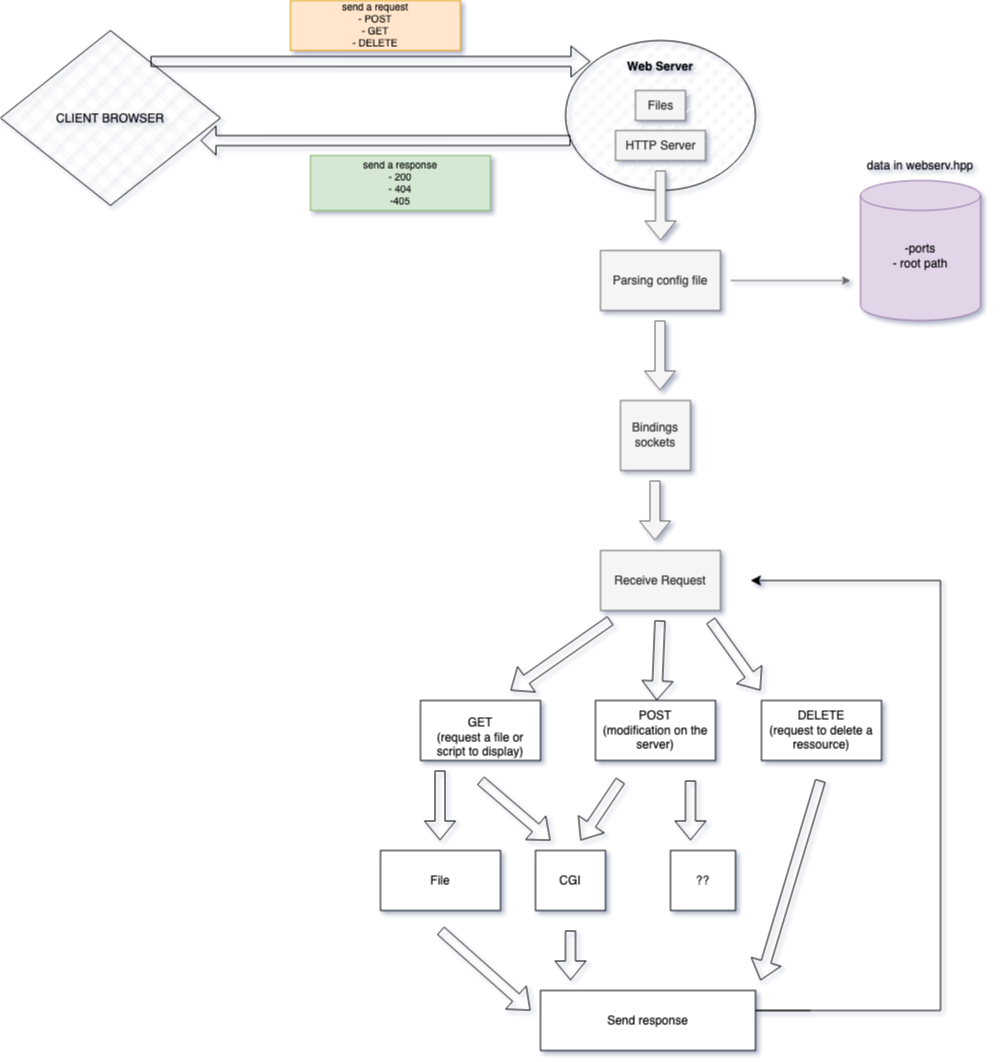
Before: Diagram Webserv.drawio.png, a diagram exported from draw.io (es4nchez/webserv). Source tidied: cells renumbered, new cells last; positions are measured from the earlier drawing's top-left corner, leaving out a move shared by most shapes. Source of this version:
```xml
<mxGraphModel background="#ffffff" shadow="1">
  <root>
    <mxCell id="0" />
    <mxCell id="1" parent="0" />
    <mxCell id="2" value="&lt;div&gt;&lt;br&gt;&lt;/div&gt;&lt;div style=&quot;line-height: 100%;&quot; align=&quot;center&quot;&gt;&lt;b&gt;Web Server&lt;/b&gt;&lt;br&gt;&lt;/div&gt;" style="ellipse;whiteSpace=wrap;html=1;labelBackgroundColor=none;fillColor=default;fillStyle=dashed;verticalAlign=top;" parent="1" vertex="1">
      <mxGeometry x="565" y="40" width="190" height="150" as="geometry" />
    </mxCell>
    <mxCell id="3" value="Files" style="text;html=1;align=center;verticalAlign=middle;strokeColor=#666666;fillColor=#f5f5f5;fontColor=#333333;" parent="1" vertex="1">
      <mxGeometry x="635" y="90" width="50" height="30" as="geometry" />
    </mxCell>
    <mxCell id="4" style="shape=flexArrow;endArrow=classic;html=1;rounded=0;fillColor=#f5f5f5;strokeColor=#666666;" parent="1" edge="1">
      <mxGeometry relative="1" as="geometry">
        <mxPoint x="660" y="170" as="sourcePoint" />
        <mxPoint x="660" y="240" as="targetPoint" />
      </mxGeometry>
    </mxCell>
    <mxCell id="5" value="Parsing config file" style="rounded=0;whiteSpace=wrap;html=1;fillColor=#f5f5f5;fontColor=#333333;strokeColor=#666666;" parent="1" vertex="1">
      <mxGeometry x="600" y="250" width="120" height="60" as="geometry" />
    </mxCell>
    <mxCell id="6" style="endArrow=classic;html=1;rounded=0;fillColor=#f5f5f5;strokeColor=#666666;" parent="1" edge="1">
      <mxGeometry relative="1" as="geometry">
        <mxPoint x="730" y="280" as="sourcePoint" />
        <mxPoint x="850" y="280" as="targetPoint" />
      </mxGeometry>
    </mxCell>
    <mxCell id="7" value="&lt;div&gt;-ports&lt;/div&gt;&lt;div&gt;- root path&lt;/div&gt;&lt;div&gt;&lt;br&gt;&lt;/div&gt;" style="shape=cylinder3;whiteSpace=wrap;html=1;boundedLbl=1;backgroundOutline=1;size=15;fillColor=#e1d5e7;strokeColor=#9673a6;" parent="1" vertex="1">
      <mxGeometry x="860" y="180" width="120" height="140" as="geometry" />
    </mxCell>
    <mxCell id="8" value="data in webserv.hpp" style="text;html=1;strokeColor=none;fillColor=none;align=center;verticalAlign=middle;whiteSpace=wrap;rounded=0;" parent="1" vertex="1">
      <mxGeometry x="850" y="150" width="140" height="30" as="geometry" />
    </mxCell>
    <mxCell id="9" style="shape=flexArrow;endArrow=classic;html=1;rounded=0;fillColor=#f5f5f5;strokeColor=#666666;" parent="1" edge="1">
      <mxGeometry relative="1" as="geometry">
        <mxPoint x="659.5" y="320" as="sourcePoint" />
        <mxPoint x="659.5" y="390" as="targetPoint" />
      </mxGeometry>
    </mxCell>
    <mxCell id="10" value="&lt;div&gt;Bindings sockets&lt;/div&gt;" style="whiteSpace=wrap;html=1;fillColor=#f5f5f5;fontColor=#333333;strokeColor=#666666;" parent="1" vertex="1">
      <mxGeometry x="620" y="400" width="70" height="70" as="geometry" />
    </mxCell>
    <mxCell id="11" style="shape=flexArrow;endArrow=classic;html=1;rounded=0;fillColor=#f5f5f5;strokeColor=#666666;" parent="1" edge="1">
      <mxGeometry relative="1" as="geometry">
        <mxPoint x="654.5" y="480" as="sourcePoint" />
        <mxPoint x="654.5" y="540" as="targetPoint" />
      </mxGeometry>
    </mxCell>
    <mxCell id="12" value="Receive Request" style="whiteSpace=wrap;html=1;fillColor=#f5f5f5;fontColor=#333333;strokeColor=#666666;" parent="1" vertex="1">
      <mxGeometry x="600" y="550" width="120" height="60" as="geometry" />
    </mxCell>
    <mxCell id="13" style="shape=flexArrow;endArrow=classic;html=1;rounded=0;" parent="1" edge="1">
      <mxGeometry relative="1" as="geometry">
        <mxPoint x="610" y="620" as="sourcePoint" />
        <mxPoint x="510" y="690" as="targetPoint" />
      </mxGeometry>
    </mxCell>
    <mxCell id="14" style="shape=flexArrow;endArrow=classic;html=1;rounded=0;" parent="1" edge="1" target="16">
      <mxGeometry relative="1" as="geometry">
        <mxPoint x="659.5" y="620" as="sourcePoint" />
      </mxGeometry>
    </mxCell>
    <mxCell id="15" style="shape=flexArrow;endArrow=classic;html=1;rounded=0;" parent="1" edge="1">
      <mxGeometry relative="1" as="geometry">
        <mxPoint x="710" y="620" as="sourcePoint" />
        <mxPoint x="760" y="690" as="targetPoint" />
      </mxGeometry>
    </mxCell>
    <mxCell id="16" value="&lt;div&gt;POST&lt;/div&gt;&lt;div&gt;(modification on the server)&lt;br&gt;&lt;/div&gt;" style="rounded=0;whiteSpace=wrap;html=1;" parent="1" vertex="1">
      <mxGeometry x="595" y="700" width="120" height="60" as="geometry" />
    </mxCell>
    <mxCell id="17" value="&lt;div&gt;&lt;br&gt;&lt;/div&gt;&lt;div&gt;GET&lt;/div&gt;&lt;div&gt;(request a file or script to display)&lt;br&gt;&lt;/div&gt;" style="rounded=0;whiteSpace=wrap;html=1;" parent="1" vertex="1">
      <mxGeometry x="420" y="700" width="120" height="60" as="geometry" />
    </mxCell>
    <mxCell id="18" value="&lt;div&gt;DELETE&lt;/div&gt;(request to delete a ressource)" style="rounded=0;whiteSpace=wrap;html=1;" parent="1" vertex="1">
      <mxGeometry x="761" y="700" width="120" height="60" as="geometry" />
    </mxCell>
    <mxCell id="19" style="shape=flexArrow;endArrow=classic;html=1;rounded=0;" parent="1" edge="1">
      <mxGeometry relative="1" as="geometry">
        <mxPoint x="480" y="780" as="sourcePoint" />
        <mxPoint x="550" y="840" as="targetPoint" />
      </mxGeometry>
    </mxCell>
    <mxCell id="20" style="edgeStyle=segmentEdgeStyle;endArrow=classic;html=1;curved=0;rounded=0;endSize=8;startSize=8;" parent="1" edge="1">
      <mxGeometry relative="1" as="geometry">
        <mxPoint x="810" y="1010" as="sourcePoint" />
        <mxPoint x="750" y="580" as="targetPoint" />
        <Array as="points">
          <mxPoint x="680" y="1010" />
          <mxPoint x="940" y="1010" />
          <mxPoint x="940" y="580" />
        </Array>
      </mxGeometry>
    </mxCell>
    <mxCell id="21" value="&lt;div&gt;Send response&lt;/div&gt;" style="rounded=0;whiteSpace=wrap;html=1;" parent="1" vertex="1">
      <mxGeometry x="540" y="990" width="215" height="60" as="geometry" />
    </mxCell>
    <mxCell id="22" value="HTTP Server" style="text;html=1;align=center;verticalAlign=middle;strokeColor=#666666;fillColor=#f5f5f5;fontColor=#333333;" parent="1" vertex="1">
      <mxGeometry x="615" y="130" width="90" height="30" as="geometry" />
    </mxCell>
    <mxCell id="23" value="CLIENT BROWSER" style="rhombus;whiteSpace=wrap;html=1;fillStyle=cross-hatch;" parent="1" vertex="1">
      <mxGeometry y="30" width="220" height="175" as="geometry" />
    </mxCell>
    <mxCell id="24" style="shape=flexArrow;endArrow=classic;html=1;rounded=0;" parent="1" edge="1">
      <mxGeometry relative="1" as="geometry">
        <mxPoint x="620" y="780" as="sourcePoint" />
        <mxPoint x="580" y="840" as="targetPoint" />
      </mxGeometry>
    </mxCell>
    <mxCell id="25" style="shape=flexArrow;endArrow=classic;html=1;rounded=0;exitX=0.682;exitY=0.177;exitDx=0;exitDy=0;exitPerimeter=0;" parent="1" edge="1" source="23">
      <mxGeometry relative="1" as="geometry">
        <mxPoint x="590" y="61" as="targetPoint" />
      </mxGeometry>
    </mxCell>
    <mxCell id="26" style="shape=flexArrow;endArrow=classic;html=1;rounded=0;" parent="1" edge="1">
      <mxGeometry relative="1" as="geometry">
        <mxPoint x="690" y="780" as="sourcePoint" />
        <mxPoint x="690" y="840" as="targetPoint" />
      </mxGeometry>
    </mxCell>
    <mxCell id="27" style="shape=flexArrow;endArrow=classic;html=1;rounded=0;entryX=0.909;entryY=0.629;entryDx=0;entryDy=0;entryPerimeter=0;endWidth=18;endSize=4.67;" parent="1" edge="1" target="23">
      <mxGeometry relative="1" as="geometry">
        <mxPoint x="570" y="140" as="sourcePoint" />
      </mxGeometry>
    </mxCell>
    <mxCell id="28" value="CGI" style="rounded=0;whiteSpace=wrap;html=1;" parent="1" vertex="1">
      <mxGeometry x="535" y="850" width="70" height="60" as="geometry" />
    </mxCell>
    <mxCell id="29" style="shape=flexArrow;endArrow=classic;html=1;rounded=0;" parent="1" edge="1">
      <mxGeometry relative="1" as="geometry">
        <mxPoint x="439.5" y="770" as="sourcePoint" />
        <mxPoint x="439.5" y="840" as="targetPoint" />
      </mxGeometry>
    </mxCell>
    <mxCell id="30" value="File" style="rounded=0;whiteSpace=wrap;html=1;" parent="1" vertex="1">
      <mxGeometry x="380" y="850" width="120" height="60" as="geometry" />
    </mxCell>
    <mxCell id="31" value="??" style="rounded=0;whiteSpace=wrap;html=1;" parent="1" vertex="1">
      <mxGeometry x="670" y="850" width="65" height="60" as="geometry" />
    </mxCell>
    <mxCell id="32" style="shape=flexArrow;endArrow=classic;html=1;rounded=0;" parent="1" edge="1">
      <mxGeometry relative="1" as="geometry">
        <mxPoint x="440" y="930" as="sourcePoint" />
        <mxPoint x="530" y="1010" as="targetPoint" />
      </mxGeometry>
    </mxCell>
    <mxCell id="33" style="shape=flexArrow;endArrow=classic;html=1;rounded=0;" parent="1" edge="1">
      <mxGeometry relative="1" as="geometry">
        <mxPoint x="570" y="930" as="sourcePoint" />
        <mxPoint x="570" y="980" as="targetPoint" />
      </mxGeometry>
    </mxCell>
    <mxCell id="34" style="shape=flexArrow;endArrow=classic;html=1;rounded=0;" parent="1" edge="1">
      <mxGeometry relative="1" as="geometry">
        <mxPoint x="820" y="780" as="sourcePoint" />
        <mxPoint x="760" y="980" as="targetPoint" />
      </mxGeometry>
    </mxCell>
    <mxCell id="35" value="&lt;div style=&quot;font-size: 10px;&quot;&gt;&lt;font style=&quot;font-size: 10px;&quot;&gt;send a request&lt;/font&gt;&lt;/div&gt;&lt;div style=&quot;font-size: 10px;&quot;&gt;&lt;font style=&quot;font-size: 10px;&quot;&gt;- POST&lt;/font&gt;&lt;/div&gt;&lt;div style=&quot;font-size: 10px;&quot;&gt;&lt;font style=&quot;font-size: 10px;&quot;&gt;- GET&lt;/font&gt;&lt;/div&gt;&lt;div style=&quot;font-size: 10px;&quot;&gt;&lt;font style=&quot;font-size: 10px;&quot;&gt;- DELETE&lt;br&gt;&lt;/font&gt;&lt;/div&gt;" style="whiteSpace=wrap;html=1;fillColor=#ffe6cc;strokeColor=#d79b00;" parent="1" vertex="1">
      <mxGeometry x="290" width="170" height="50" as="geometry" />
    </mxCell>
    <mxCell id="36" value="&lt;div style=&quot;font-size: 10px;&quot;&gt;&lt;font style=&quot;font-size: 10px;&quot;&gt;send a response&lt;/font&gt;&lt;/div&gt;&lt;div style=&quot;font-size: 10px;&quot;&gt;&lt;font style=&quot;font-size: 10px;&quot;&gt;- 200&lt;/font&gt;&lt;/div&gt;&lt;div style=&quot;font-size: 10px;&quot;&gt;&lt;font style=&quot;font-size: 10px;&quot;&gt;- 404&lt;/font&gt;&lt;/div&gt;&lt;div style=&quot;font-size: 10px;&quot;&gt;&lt;font style=&quot;font-size: 10px;&quot;&gt;-405&lt;br&gt;&lt;/font&gt;&lt;/div&gt;" style="whiteSpace=wrap;html=1;fillColor=#d5e8d4;strokeColor=#82b366;" parent="1" vertex="1">
      <mxGeometry x="310" y="155" width="180" height="55" as="geometry" />
    </mxCell>
  </root>
</mxGraphModel>
```
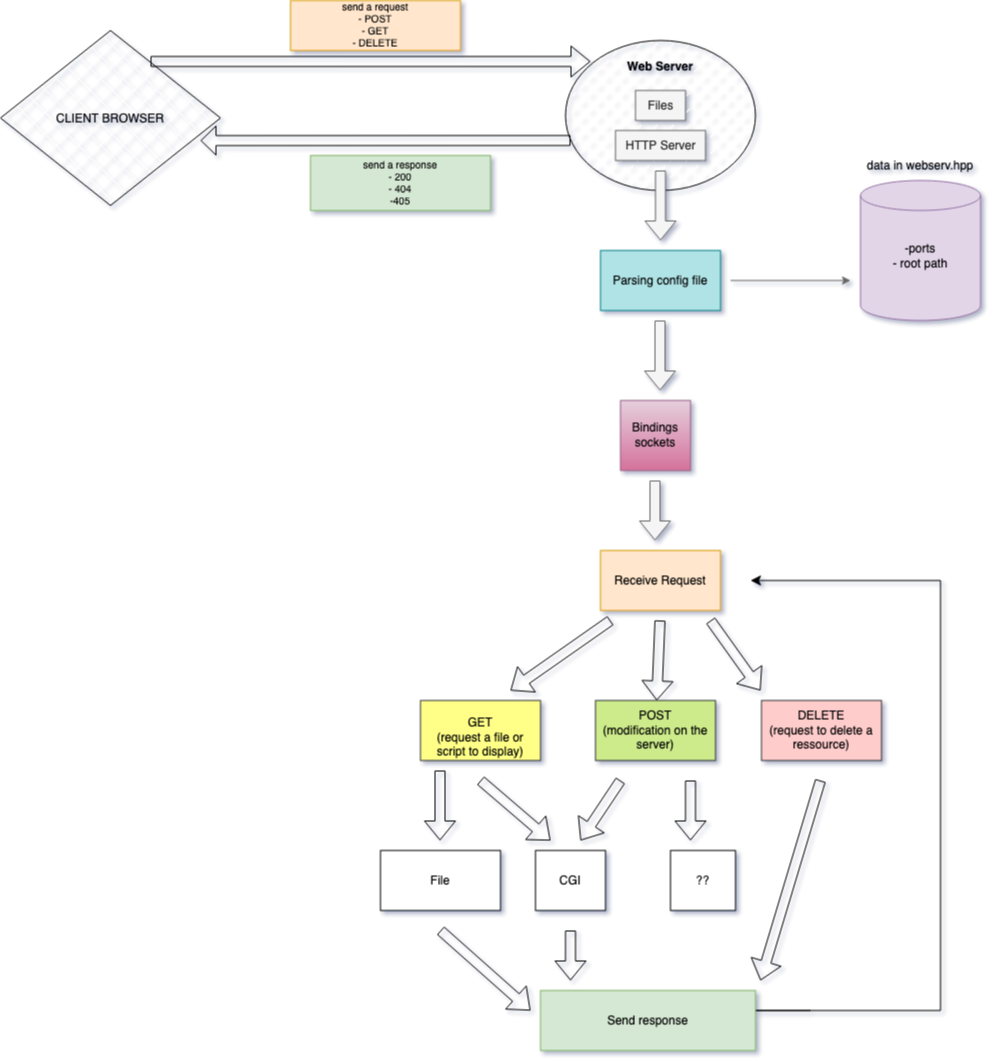
Above is the later version.

Commit message:
Mettre à jour Diagram Webserv.drawio.png

Change to the diagram source:
```diff
@@ -14,7 +14,7 @@
         <mxPoint x="660" y="240" as="targetPoint" />
       </mxGeometry>
     </mxCell>
-    <mxCell id="5" value="Parsing config file" style="rounded=0;whiteSpace=wrap;html=1;fillColor=#f5f5f5;fontColor=#333333;strokeColor=#666666;" parent="1" vertex="1">
+    <mxCell id="5" value="Parsing config file" style="rounded=0;whiteSpace=wrap;html=1;fillColor=#b0e3e6;strokeColor=#0e8088;" parent="1" vertex="1">
       <mxGeometry x="600" y="250" width="120" height="60" as="geometry" />
     </mxCell>
     <mxCell id="6" style="endArrow=classic;html=1;rounded=0;fillColor=#f5f5f5;strokeColor=#666666;" parent="1" edge="1">
@@ -35,7 +35,7 @@
         <mxPoint x="659.5" y="390" as="targetPoint" />
       </mxGeometry>
     </mxCell>
-    <mxCell id="10" value="&lt;div&gt;Bindings sockets&lt;/div&gt;" style="whiteSpace=wrap;html=1;fillColor=#f5f5f5;fontColor=#333333;strokeColor=#666666;" parent="1" vertex="1">
+    <mxCell id="10" value="&lt;div&gt;Bindings sockets&lt;/div&gt;" style="whiteSpace=wrap;html=1;fillColor=#e6d0de;strokeColor=#996185;gradientColor=#d5739d;" parent="1" vertex="1">
       <mxGeometry x="620" y="400" width="70" height="70" as="geometry" />
     </mxCell>
     <mxCell id="11" style="shape=flexArrow;endArrow=classic;html=1;rounded=0;fillColor=#f5f5f5;strokeColor=#666666;" parent="1" edge="1">
@@ -44,7 +44,7 @@
         <mxPoint x="654.5" y="540" as="targetPoint" />
       </mxGeometry>
     </mxCell>
-    <mxCell id="12" value="Receive Request" style="whiteSpace=wrap;html=1;fillColor=#f5f5f5;fontColor=#333333;strokeColor=#666666;" parent="1" vertex="1">
+    <mxCell id="12" value="Receive Request" style="whiteSpace=wrap;html=1;fillColor=#ffe6cc;strokeColor=#d79b00;" parent="1" vertex="1">
       <mxGeometry x="600" y="550" width="120" height="60" as="geometry" />
     </mxCell>
     <mxCell id="13" style="shape=flexArrow;endArrow=classic;html=1;rounded=0;" parent="1" edge="1">
@@ -64,13 +64,13 @@
         <mxPoint x="760" y="690" as="targetPoint" />
       </mxGeometry>
     </mxCell>
-    <mxCell id="16" value="&lt;div&gt;POST&lt;/div&gt;&lt;div&gt;(modification on the server)&lt;br&gt;&lt;/div&gt;" style="rounded=0;whiteSpace=wrap;html=1;" parent="1" vertex="1">
+    <mxCell id="16" value="&lt;div&gt;POST&lt;/div&gt;&lt;div&gt;(modification on the server)&lt;br&gt;&lt;/div&gt;" style="rounded=0;whiteSpace=wrap;html=1;fillColor=#cdeb8b;strokeColor=#36393d;" parent="1" vertex="1">
       <mxGeometry x="595" y="700" width="120" height="60" as="geometry" />
     </mxCell>
-    <mxCell id="17" value="&lt;div&gt;&lt;br&gt;&lt;/div&gt;&lt;div&gt;GET&lt;/div&gt;&lt;div&gt;(request a file or script to display)&lt;br&gt;&lt;/div&gt;" style="rounded=0;whiteSpace=wrap;html=1;" parent="1" vertex="1">
+    <mxCell id="17" value="&lt;div&gt;&lt;br&gt;&lt;/div&gt;&lt;div&gt;GET&lt;/div&gt;&lt;div&gt;(request a file or script to display)&lt;br&gt;&lt;/div&gt;" style="rounded=0;whiteSpace=wrap;html=1;fillColor=#ffff88;strokeColor=#36393d;" parent="1" vertex="1">
       <mxGeometry x="420" y="700" width="120" height="60" as="geometry" />
     </mxCell>
-    <mxCell id="18" value="&lt;div&gt;DELETE&lt;/div&gt;(request to delete a ressource)" style="rounded=0;whiteSpace=wrap;html=1;" parent="1" vertex="1">
+    <mxCell id="18" value="&lt;div&gt;DELETE&lt;/div&gt;(request to delete a ressource)" style="rounded=0;whiteSpace=wrap;html=1;fillColor=#ffcccc;strokeColor=#36393d;" parent="1" vertex="1">
       <mxGeometry x="761" y="700" width="120" height="60" as="geometry" />
     </mxCell>
     <mxCell id="19" style="shape=flexArrow;endArrow=classic;html=1;rounded=0;" parent="1" edge="1">
@@ -90,7 +90,7 @@
         </Array>
       </mxGeometry>
     </mxCell>
-    <mxCell id="21" value="&lt;div&gt;Send response&lt;/div&gt;" style="rounded=0;whiteSpace=wrap;html=1;" parent="1" vertex="1">
+    <mxCell id="21" value="&lt;div&gt;Send response&lt;/div&gt;" style="rounded=0;whiteSpace=wrap;html=1;fillColor=#d5e8d4;strokeColor=#82b366;" parent="1" vertex="1">
       <mxGeometry x="540" y="990" width="215" height="60" as="geometry" />
     </mxCell>
     <mxCell id="22" value="HTTP Server" style="text;html=1;align=center;verticalAlign=middle;strokeColor=#666666;fillColor=#f5f5f5;fontColor=#333333;" parent="1" vertex="1">
```
